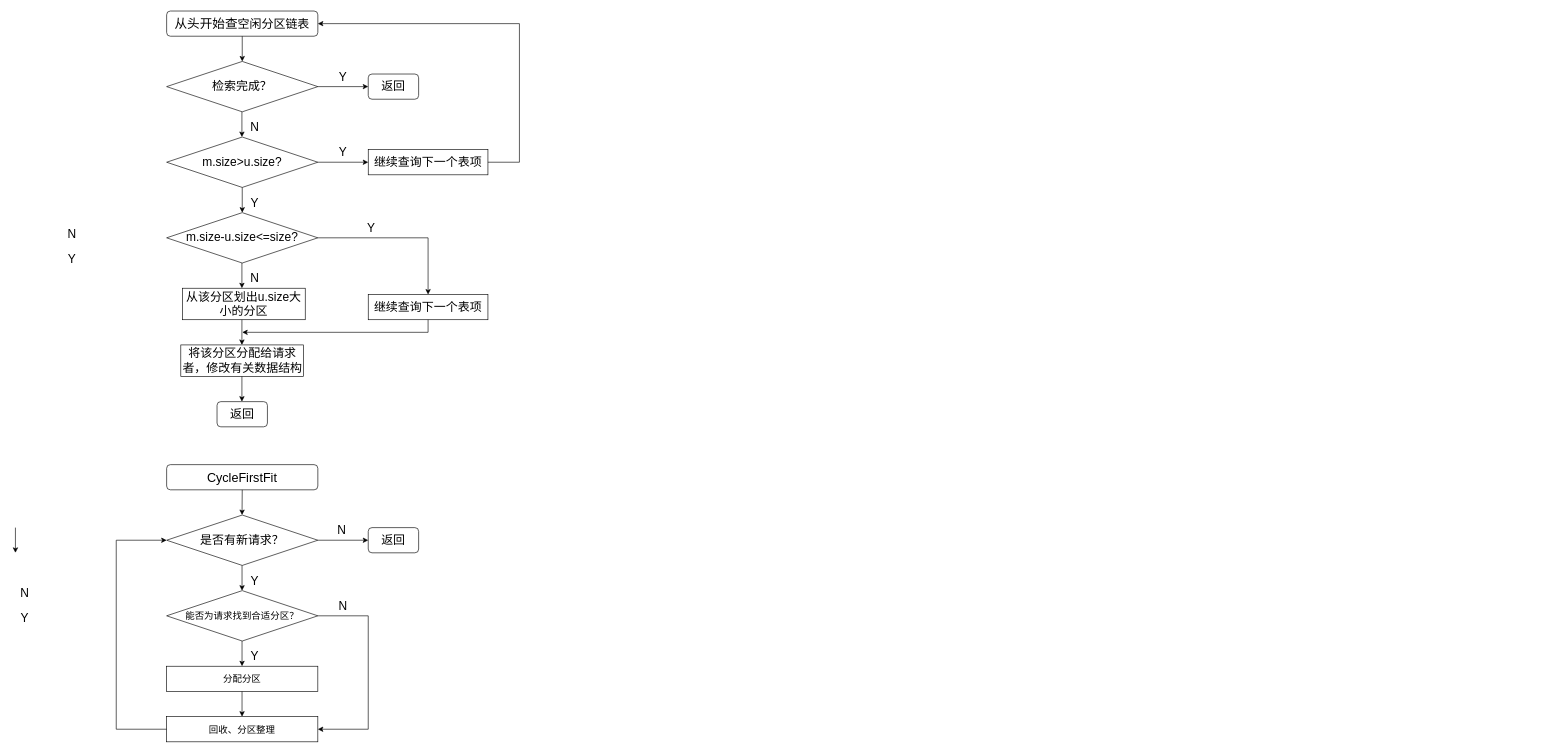
minhuomin/minhuomin.github keeps this draw.io diagram as DynamicParticipant.drawio. Above is the earlier version. Source tidied: cells renumbered, new cells numbered last; positions are measured from the earlier drawing's top-left corner, leaving out a move shared by most shapes. Both pictures are drawn from the tidied source at 63%, with x=0, y=0 at pixel (15, 11).
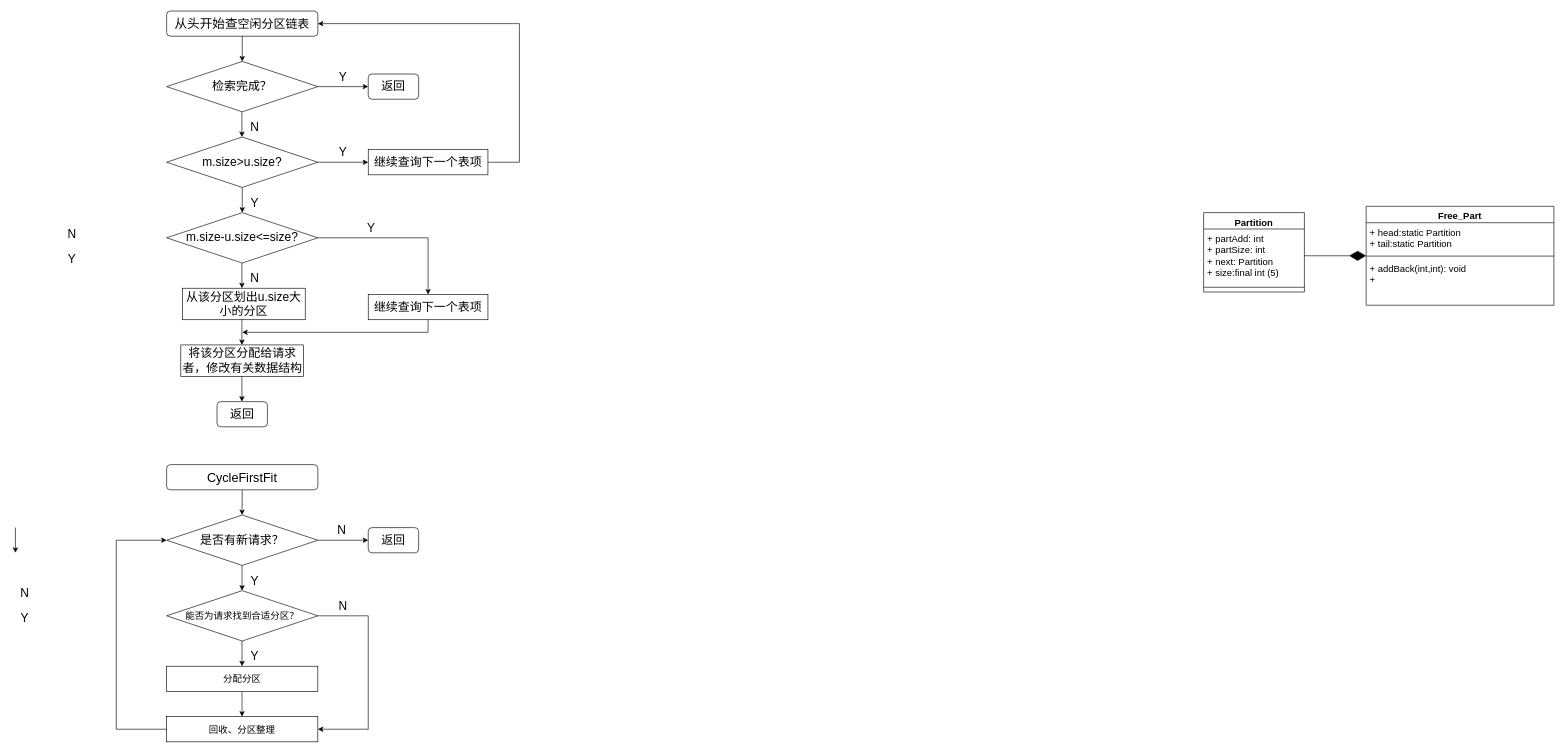
The same page after the edit.

The edit, as a diff of the source:
```diff
@@
+    <mxCell id="51" value="Partition" style="swimlane;fontStyle=1;align=center;verticalAlign=top;horizontal=1;startSize=26;fontSize=15;" parent="1" vertex="1">
+      <mxGeometry x="1886" y="320" width="160" height="126" as="geometry" />
+    </mxCell>
+    <mxCell id="52" value="+ partAdd: int&#10;+ partSize: int&#10;+ next: Partition&#10;+ size:final int (5)" style="text;strokeColor=none;fillColor=none;align=left;verticalAlign=top;spacingLeft=4;spacingRight=4;overflow=hidden;points=[[0,0.5],[1,0.5]];portConstraint=eastwest;fontSize=15;" parent="51" vertex="1">
+      <mxGeometry y="26" width="160" height="85" as="geometry" />
+    </mxCell>
+    <mxCell id="53" style="line;strokeWidth=1;fillColor=none;align=left;verticalAlign=middle;spacingTop=-1;spacingLeft=3;spacingRight=3;labelPosition=right;strokeColor=inherit;fontSize=15;" parent="51" vertex="1">
+      <mxGeometry y="111" width="160" height="15" as="geometry" />
+    </mxCell>
+    <mxCell id="54" style="endArrow=diamondThin;endFill=1;endSize=24;html=1;rounded=0;fontSize=15;exitX=1;exitY=0.5;exitDx=0;exitDy=0;entryX=0;entryY=0.5;entryDx=0;entryDy=0;" parent="1" edge="1" source="52" target="55">
+      <mxGeometry relative="1" as="geometry" />
+    </mxCell>
+    <mxCell id="55" value="Free_Part" style="swimlane;fontStyle=1;align=center;verticalAlign=top;horizontal=1;startSize=26;fontSize=15;" parent="1" vertex="1">
+      <mxGeometry x="2144" y="310" width="298" height="157" as="geometry" />
+    </mxCell>
+    <mxCell id="56" value="+ head:static Partition&#10;+ tail:static Partition&#10;" style="text;strokeColor=none;fillColor=none;align=left;verticalAlign=top;spacingLeft=4;spacingRight=4;overflow=hidden;fontSize=15;" parent="55" vertex="1">
+      <mxGeometry y="26" width="298" height="49" as="geometry" />
+    </mxCell>
+    <mxCell id="57" style="line;strokeWidth=1;fillColor=none;align=left;verticalAlign=middle;spacingTop=-1;spacingLeft=3;spacingRight=3;labelPosition=right;strokeColor=inherit;fontSize=15;" parent="55" vertex="1">
+      <mxGeometry y="75" width="298" height="8" as="geometry" />
+    </mxCell>
+    <mxCell id="58" value="+ addBack(int,int): void&#10;+ " style="text;strokeColor=none;fillColor=none;align=left;verticalAlign=top;spacingLeft=4;spacingRight=4;overflow=hidden;fontSize=15;" parent="55" vertex="1">
+      <mxGeometry y="83" width="298" height="74" as="geometry" />
+    </mxCell>
```
